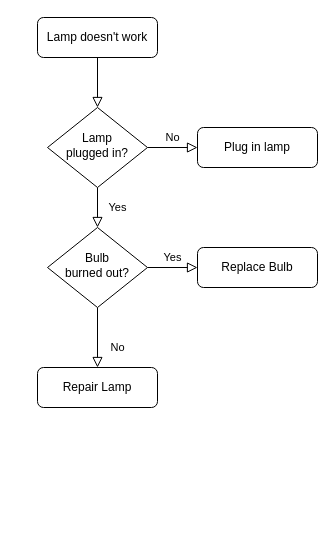
The draw.io diagram AutoInsertAmt.drawio in nsnnsn12/TestProject, before the edit. Source tidied: cells renumbered, new cells numbered last; positions are measured from the earlier drawing's top-left corner, leaving out a move shared by most shapes. Both pictures are drawn from the tidied source at 100%, with x=0, y=0 at pixel (37, 17).
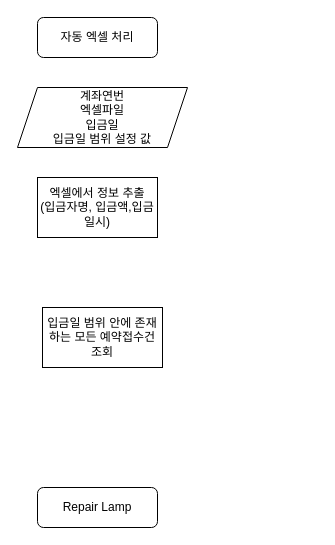
After the change.

Diff of the diagram source:
```diff
@@
 <mxGraphModel>
   <root>
     <mxCell id="0" />
     <mxCell id="1" parent="0" />
-    <mxCell id="2" style="rounded=0;html=1;jettySize=auto;fontSize=11;endArrow=block;endFill=0;endSize=8;strokeWidth=1;shadow=0;labelBackgroundColor=none;edgeStyle=orthogonalEdgeStyle;" parent="1" edge="1" source="3" target="6">
-      <mxGeometry relative="1" as="geometry" />
-    </mxCell>
-    <mxCell id="3" value="Lamp doesn't work" style="rounded=1;whiteSpace=wrap;html=1;fontSize=12;glass=0;strokeWidth=1;shadow=0;" parent="1" vertex="1">
+    <mxCell id="3" value="자동 엑셀 처리" style="rounded=1;whiteSpace=wrap;html=1;fontSize=12;glass=0;strokeWidth=1;shadow=0;" parent="1" vertex="1">
       <mxGeometry width="120" height="40" as="geometry" />
     </mxCell>
-    <mxCell id="4" value="Yes" style="rounded=0;html=1;jettySize=auto;fontSize=11;endArrow=block;endFill=0;endSize=8;strokeWidth=1;shadow=0;labelBackgroundColor=none;edgeStyle=orthogonalEdgeStyle;" parent="1" edge="1" source="6" target="10">
-      <mxGeometry y="20" relative="1" as="geometry" />
-    </mxCell>
-    <mxCell id="5" value="No" style="edgeStyle=orthogonalEdgeStyle;rounded=0;html=1;jettySize=auto;fontSize=11;endArrow=block;endFill=0;endSize=8;strokeWidth=1;shadow=0;labelBackgroundColor=none;" parent="1" edge="1" source="6" target="7">
-      <mxGeometry y="10" relative="1" as="geometry" />
-    </mxCell>
-    <mxCell id="6" value="Lamp&lt;br&gt;plugged in?" style="rhombus;whiteSpace=wrap;html=1;shadow=0;fontFamily=Helvetica;fontSize=12;align=center;strokeWidth=1;spacing=6;spacingTop=-4;" parent="1" vertex="1">
-      <mxGeometry x="10" y="90" width="100" height="80" as="geometry" />
-    </mxCell>
-    <mxCell id="7" value="Plug in lamp" style="rounded=1;whiteSpace=wrap;html=1;fontSize=12;glass=0;strokeWidth=1;shadow=0;" parent="1" vertex="1">
-      <mxGeometry x="160" y="110" width="120" height="40" as="geometry" />
-    </mxCell>
-    <mxCell id="8" value="No" style="rounded=0;html=1;jettySize=auto;fontSize=11;endArrow=block;endFill=0;endSize=8;strokeWidth=1;shadow=0;labelBackgroundColor=none;edgeStyle=orthogonalEdgeStyle;" parent="1" edge="1" source="10" target="11">
-      <mxGeometry x="0.33" y="20" relative="1" as="geometry" />
-    </mxCell>
-    <mxCell id="9" value="Yes" style="edgeStyle=orthogonalEdgeStyle;rounded=0;html=1;jettySize=auto;fontSize=11;endArrow=block;endFill=0;endSize=8;strokeWidth=1;shadow=0;labelBackgroundColor=none;" parent="1" edge="1" source="10" target="12">
-      <mxGeometry y="10" relative="1" as="geometry" />
-    </mxCell>
-    <mxCell id="10" value="Bulb&lt;br&gt;burned out?" style="rhombus;whiteSpace=wrap;html=1;shadow=0;fontFamily=Helvetica;fontSize=12;align=center;strokeWidth=1;spacing=6;spacingTop=-4;" parent="1" vertex="1">
-      <mxGeometry x="10" y="210" width="100" height="80" as="geometry" />
-    </mxCell>
     <mxCell id="11" value="Repair Lamp" style="rounded=1;whiteSpace=wrap;html=1;fontSize=12;glass=0;strokeWidth=1;shadow=0;" parent="1" vertex="1">
-      <mxGeometry y="350" width="120" height="40" as="geometry" />
+      <mxGeometry y="470" width="120" height="40" as="geometry" />
     </mxCell>
-    <mxCell id="12" value="Replace Bulb" style="rounded=1;whiteSpace=wrap;html=1;fontSize=12;glass=0;strokeWidth=1;shadow=0;" parent="1" vertex="1">
-      <mxGeometry x="160" y="230" width="120" height="40" as="geometry" />
-    </mxCell>
+    <mxCell id="13" value="엑셀에서 정보 추출&lt;br&gt;(입금자명, 입금액,입금일시)" style="rounded=0;whiteSpace=wrap;html=1;" parent="1" vertex="1">
+      <mxGeometry y="160" width="120" height="60" as="geometry" />
+    </mxCell>
+    <mxCell id="14" value="계좌연번&lt;br&gt;엑셀파일&lt;br&gt;입금일&lt;br&gt;입금일 범위 설정 값" style="shape=parallelogram;perimeter=parallelogramPerimeter;whiteSpace=wrap;html=1;fixedSize=1;" parent="1" vertex="1">
+      <mxGeometry x="-20" y="70" width="170" height="60" as="geometry" />
+    </mxCell>
+    <mxCell id="15" value="입금일 범위 안에 존재하는 모든 예약접수건 조회" style="rounded=0;whiteSpace=wrap;html=1;" parent="1" vertex="1">
+      <mxGeometry x="5" y="290" width="120" height="60" as="geometry" />
+    </mxCell>
   </root>
 </mxGraphModel>
```
